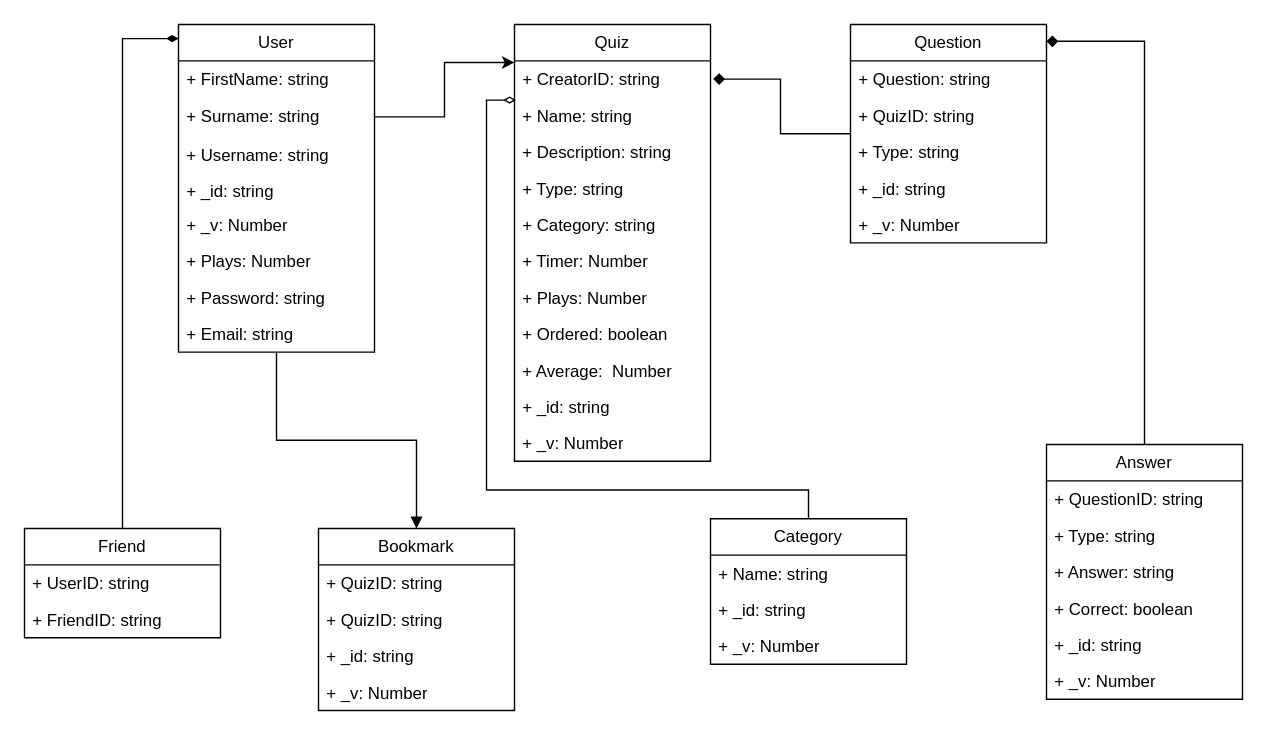
Above: views/Untitled Diagram.drawio in AksharNana/QuizPlatform-Docs (draw.io), before the change. Source tidied: cells renumbered, new cells numbered last; positions are measured from the earlier drawing's top-left corner, leaving out a move shared by most shapes. Both pictures are drawn from the tidied source at 140%, with x=0, y=0 at pixel (24, 24).
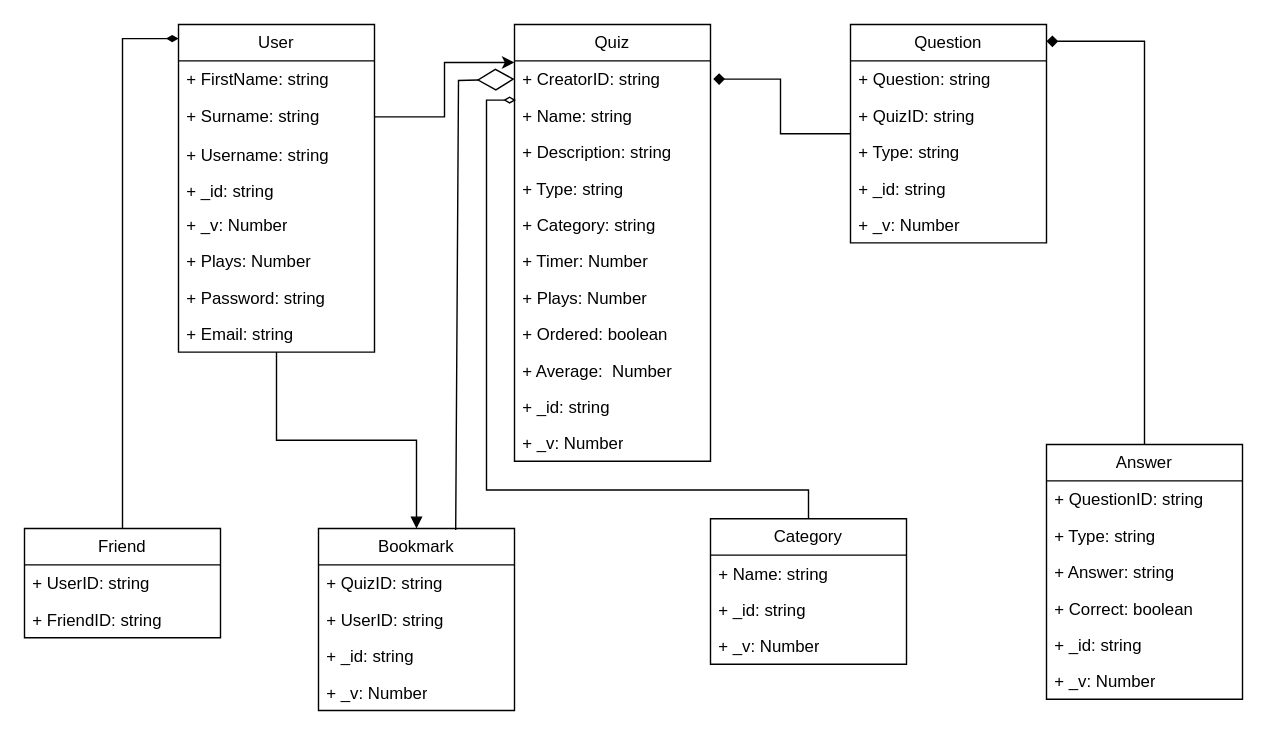
Above is the later version.

Commit message:
changed quiz_id to user_id and added aggregation from bookmark to quiz

Unchanged cells that the change refers to:
```xml
<mxCell id="13" value="+ CreatorID: string" style="text;strokeColor=none;fillColor=none;align=left;verticalAlign=top;spacingLeft=4;spacingRight=4;overflow=hidden;points=[[0,0.5],[1,0.5]];portConstraint=eastwest;whiteSpace=wrap;html=1;" parent="12" vertex="1">
  <mxGeometry y="26" width="140" height="26" as="geometry" />
</mxCell>
<mxCell id="44" value="Bookmark" style="swimlane;fontStyle=0;horizontal=1;startSize=26;fillColor=none;whiteSpace=wrap;html=1;" parent="1" vertex="1">
  <mxGeometry x="210" y="360" width="140" height="130" as="geometry" />
</mxCell>
```

The edit, as a diff of the source:
```diff
@@
-    <mxCell id="46" value="+ QuizID: string" style="text;strokeColor=none;fillColor=none;align=left;verticalAlign=top;spacingLeft=4;spacingRight=4;overflow=hidden;whiteSpace=wrap;html=1;" parent="44" vertex="1">
+    <mxCell id="46" value="+ UserID: string" style="text;strokeColor=none;fillColor=none;align=left;verticalAlign=top;spacingLeft=4;spacingRight=4;overflow=hidden;whiteSpace=wrap;html=1;" parent="44" vertex="1">
       <mxGeometry y="52" width="140" height="26" as="geometry" />
     </mxCell>
@@
+    <mxCell id="54" style="endArrow=diamondThin;endFill=0;endSize=24;html=1;rounded=0;exitX=0.7;exitY=0.008;exitDx=0;exitDy=0;exitPerimeter=0;entryX=0;entryY=0.5;entryDx=0;entryDy=0;" parent="1" edge="1" source="44" target="13">
+      <mxGeometry relative="1" as="geometry">
+        <Array as="points">
+          <mxPoint x="310" y="40" />
+        </Array>
+      </mxGeometry>
+    </mxCell>
```
